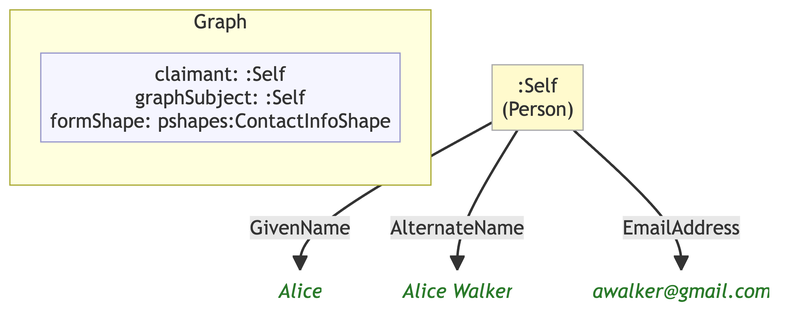
Earlier version of the Mermaid export example/graphs/images/graph-09.png (MeeFoundation/mia-ontologies). Its source is kept beside it as example/graphs/images/graph-09.mmd.
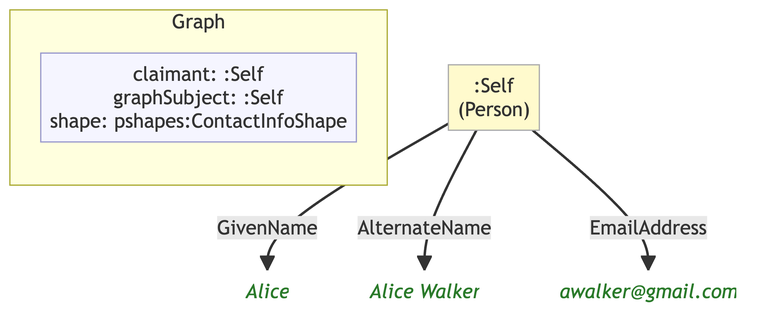
The same diagram one commit later.

Diff of the diagram source:
```diff
@@ -7,14 +7,14 @@
 
     subgraph ctx["Graph"]
         direction LR
-        ctx_meta["claimant: :Self\ngraphSubject: :Self\nformShape: pshapes:ContactInfoShape"]:::meta
+        ctx_meta["claimant: :Self\ngraphSubject: :Self\nshape: pshapes:ContactInfoShape"]:::meta
     end
 
     n655e442e50be[":Self\n(Person)"]:::person
-    n57bbd383148c("Alice"):::lit
-    na663f0a60e06("Alice Walker"):::lit
-    n7593fa5e565e("awalker@gmail.com"):::lit
+    nab80a9b46a93("Alice"):::lit
+    n90ca5a08d064("Alice Walker"):::lit
+    n45fb222b8b9b("awalker@gmail.com"):::lit
 
-    n655e442e50be -->|"GivenName"| n57bbd383148c
-    n655e442e50be -->|"AlternateName"| na663f0a60e06
-    n655e442e50be -->|"EmailAddress"| n7593fa5e565e
+    n655e442e50be -->|"GivenName"| nab80a9b46a93
+    n655e442e50be -->|"AlternateName"| n90ca5a08d064
+    n655e442e50be -->|"EmailAddress"| n45fb222b8b9b
```
